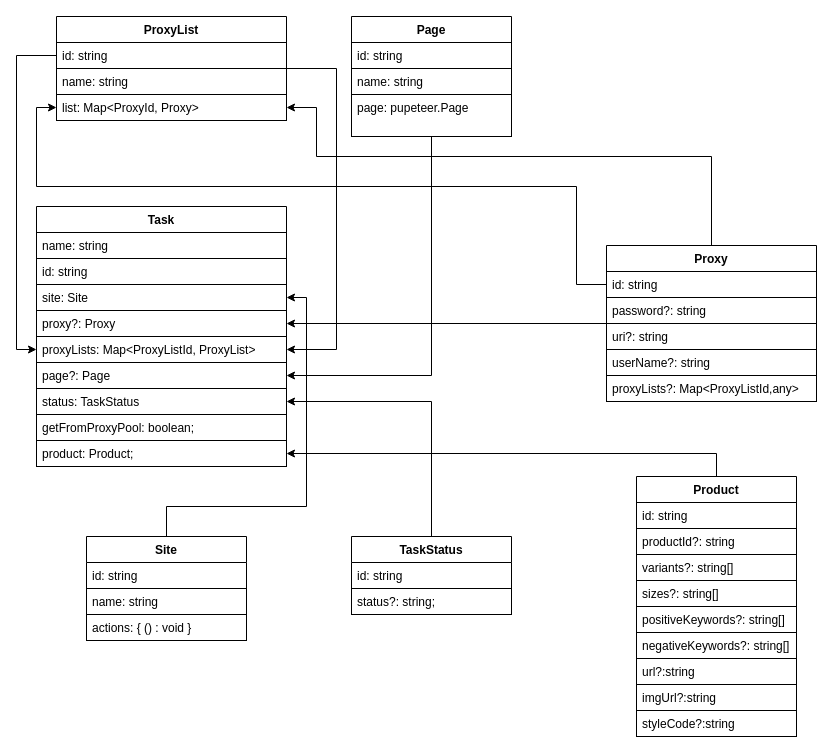
Before: KTM-ERD.drawio in fk1018/KoiTaskManager, a draw.io diagram. Source tidied: cells renumbered, new cells numbered last; positions are measured from the earlier drawing's top-left corner, leaving out a move shared by most shapes. Both pictures are drawn from the tidied source at 100%, with x=0, y=0 at pixel (36, 16).
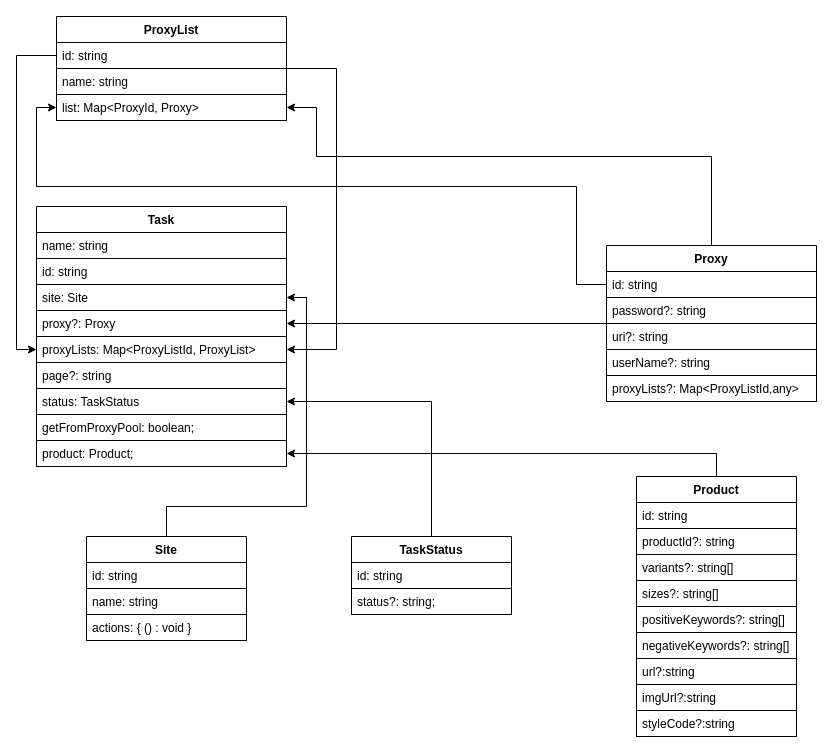
The same diagram, later.

The change refers to these unchanged cells:
```xml
<mxCell id="15" value="Task" style="swimlane;fontStyle=1;align=center;verticalAlign=top;horizontal=1;startSize=26;" parent="1" vertex="1">
  <mxGeometry y="190" width="250" height="260" as="geometry" />
</mxCell>
```

Change to the diagram source:
```diff
@@
-    <mxCell id="21" value="page?: Page" style="text;strokeColor=#000000;fillColor=none;align=left;verticalAlign=top;spacingLeft=4;spacingRight=4;overflow=hidden;points=[[0,0.5],[1,0.5]];portConstraint=eastwest;" parent="15" vertex="1">
+    <mxCell id="21" value="page?: string" style="text;strokeColor=#000000;fillColor=none;align=left;verticalAlign=top;spacingLeft=4;spacingRight=4;overflow=hidden;points=[[0,0.5],[1,0.5]];portConstraint=eastwest;" parent="15" vertex="1">
       <mxGeometry y="156" width="250" height="26" as="geometry" />
     </mxCell>
@@
-    <mxCell id="34" style="edgeStyle=orthogonalEdgeStyle;rounded=0;jettySize=auto;html=1;entryX=1;entryY=0.5;entryDx=0;entryDy=0;" parent="1" edge="1" source="35" target="21">
-      <mxGeometry relative="1" as="geometry" />
-    </mxCell>
-    <mxCell id="35" value="Page" style="swimlane;fontStyle=1;align=center;verticalAlign=top;horizontal=1;startSize=26;" parent="1" vertex="1">
-      <mxGeometry x="315" width="160" height="120" as="geometry" />
-    </mxCell>
-    <mxCell id="36" value="id: string" style="text;strokeColor=#000000;fillColor=none;align=left;verticalAlign=top;spacingLeft=4;spacingRight=4;overflow=hidden;perimeterSpacing=0;" parent="35" vertex="1">
-      <mxGeometry y="26" width="160" height="26" as="geometry" />
-    </mxCell>
-    <mxCell id="37" value="name: string " style="text;strokeColor=#000000;fillColor=none;align=left;verticalAlign=top;spacingLeft=4;spacingRight=4;overflow=hidden;" parent="35" vertex="1">
-      <mxGeometry y="52" width="160" height="26" as="geometry" />
-    </mxCell>
-    <mxCell id="38" value="page: pupeteer.Page" style="text;strokeColor=#000000;fillColor=none;align=left;verticalAlign=top;spacingLeft=4;spacingRight=4;overflow=hidden;" parent="35" vertex="1">
-      <mxGeometry y="78" width="160" height="42" as="geometry" />
-    </mxCell>
```
